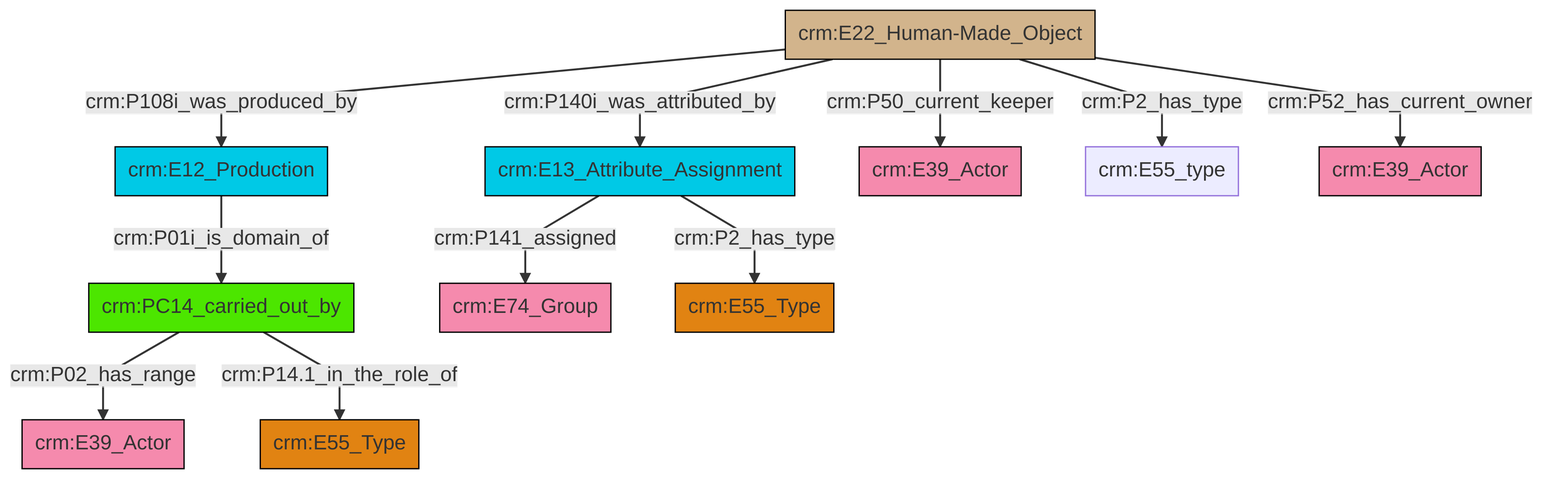
This is et/artworkCSV/ttl/mmd/png/Artwork_Actor_Relations.png from swiss-art-research-net/reference-data-models, a Mermaid export, as it was before one commit. Its source is kept beside it as et/artworkCSV/ttl/mmd/Artwork_Actor_Relations.ttl.mmd.
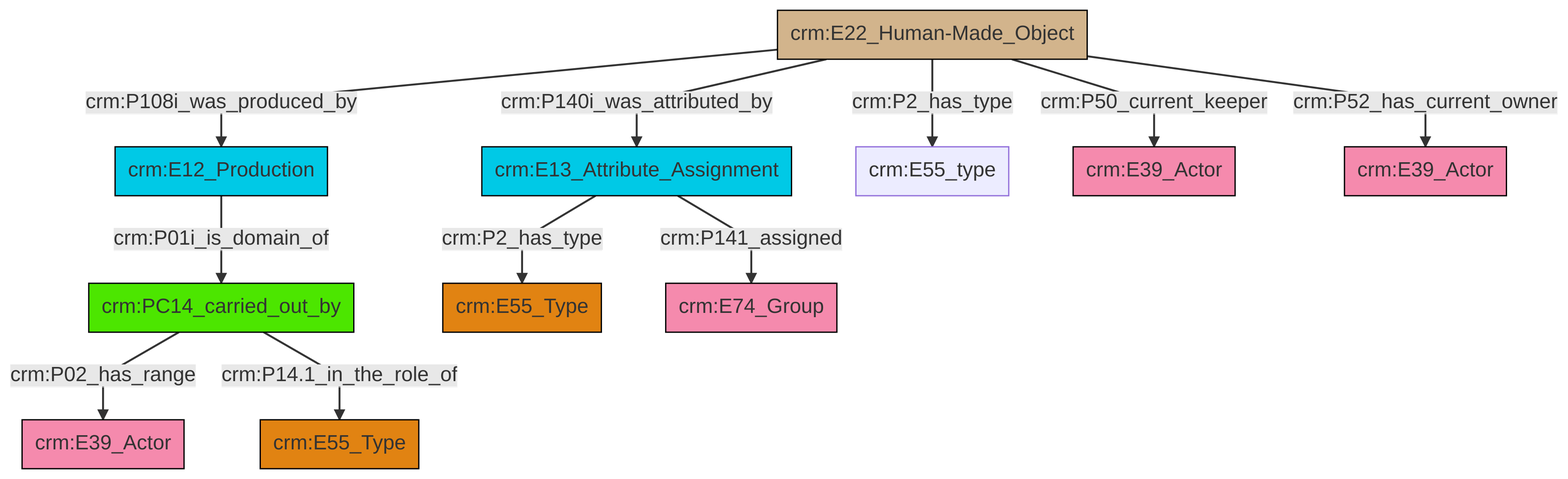
The same file after the commit.

Change to the diagram source:
```diff
@@ -13,13 +13,13 @@
 classDef PC_Classes fill:#4ce600, stroke:#000000;
 classDef Multi fill:#cccccc,stroke:#000000;
 
-2["crm:PC14_carried_out_by"]:::PC_Classes -->|crm:P02_has_range| 6["crm:E39_Actor"]:::Actor
-8["crm:E13_Attribute_Assignment"]:::Temporal_Entity -->|crm:P141_assigned| 4["crm:E74_Group"]:::Actor
-8["crm:E13_Attribute_Assignment"]:::Temporal_Entity -->|crm:P2_has_type| 10["crm:E55_Type"]:::Type
-13["crm:E22_Human-Made_Object"]:::Physical_Thing -->|crm:P140i_was_attributed_by| 8["crm:E13_Attribute_Assignment"]:::Temporal_Entity
-2["crm:PC14_carried_out_by"]:::PC_Classes -->|crm:P14.1_in_the_role_of| 14["crm:E55_Type"]:::Type
-0["crm:E12_Production"]:::Temporal_Entity -->|crm:P01i_is_domain_of| 2["crm:PC14_carried_out_by"]:::PC_Classes
-13["crm:E22_Human-Made_Object"]:::Physical_Thing -->|crm:P108i_was_produced_by| 0["crm:E12_Production"]:::Temporal_Entity
-13["crm:E22_Human-Made_Object"]:::Physical_Thing -->|crm:P2_has_type| 15["crm:E55_type"]:::Default
-13["crm:E22_Human-Made_Object"]:::Physical_Thing -->|crm:P50_current_keeper| 11["crm:E39_Actor"]:::Actor
-13["crm:E22_Human-Made_Object"]:::Physical_Thing -->|crm:P52_has_current_owner| 18["crm:E39_Actor"]:::Actor
+2["crm:E13_Attribute_Assignment"]:::Temporal_Entity -->|crm:P2_has_type| 3["crm:E55_Type"]:::Type
+0["crm:PC14_carried_out_by"]:::PC_Classes -->|crm:P02_has_range| 8["crm:E39_Actor"]:::Actor
+2["crm:E13_Attribute_Assignment"]:::Temporal_Entity -->|crm:P141_assigned| 6["crm:E74_Group"]:::Actor
+9["crm:E22_Human-Made_Object"]:::Physical_Thing -->|crm:P2_has_type| 11["crm:E55_type"]:::Default
+4["crm:E12_Production"]:::Temporal_Entity -->|crm:P01i_is_domain_of| 0["crm:PC14_carried_out_by"]:::PC_Classes
+9["crm:E22_Human-Made_Object"]:::Physical_Thing -->|crm:P108i_was_produced_by| 4["crm:E12_Production"]:::Temporal_Entity
+9["crm:E22_Human-Made_Object"]:::Physical_Thing -->|crm:P52_has_current_owner| 15["crm:E39_Actor"]:::Actor
+9["crm:E22_Human-Made_Object"]:::Physical_Thing -->|crm:P50_current_keeper| 12["crm:E39_Actor"]:::Actor
+0["crm:PC14_carried_out_by"]:::PC_Classes -->|crm:P14.1_in_the_role_of| 16["crm:E55_Type"]:::Type
+9["crm:E22_Human-Made_Object"]:::Physical_Thing -->|crm:P140i_was_attributed_by| 2["crm:E13_Attribute_Assignment"]:::Temporal_Entity
```
